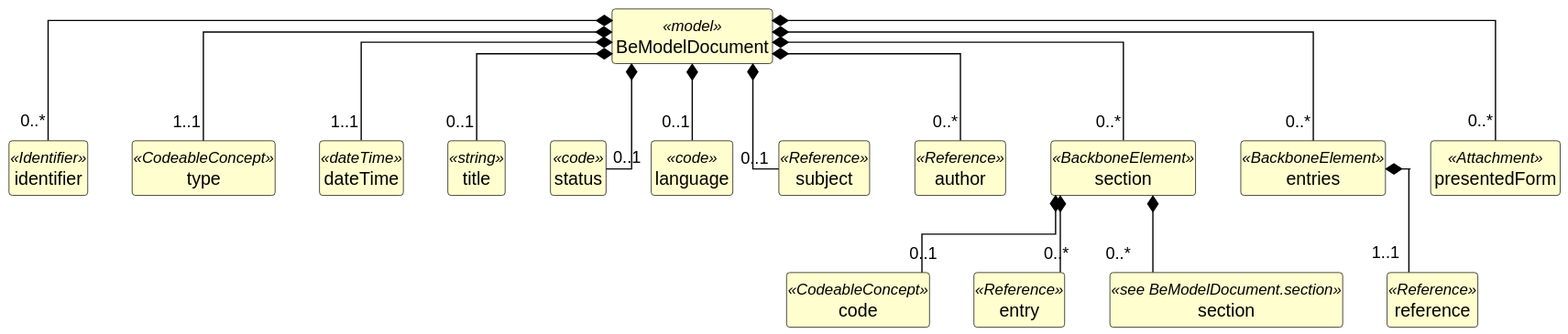
caresets/caresets-src keeps this PlantUML diagram as exports/diagrams/BeModelDocument-uml.svg. Above is the earlier version.
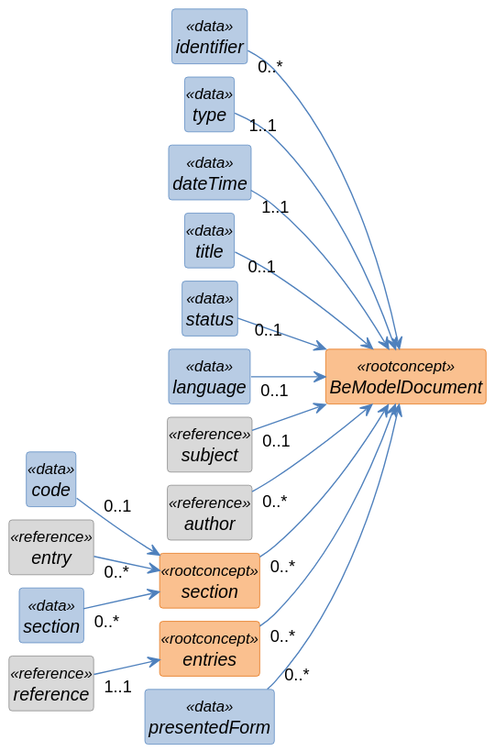
After the change.

What changed in the source:
```diff
@@ -1,78 +1,85 @@
 @startuml
+left to right direction
 skinparam shadowing false
+skinparam nodesep 10
+skinparam ranksep 40
 skinparam classAttributeIconSize 0
-skinparam linetype ortho
 skinparam class {
-  BackgroundColor #FEFECE
-  BorderColor #000000
-  ArrowColor #000000
-  FontStyle bold
-  AttributeFontStyle normal
+  FontStyle italic
+  BackgroundColor<<rootconcept>> #FAC08F
+  BorderColor<<rootconcept>> #E36C0A
+  BackgroundColor<<data>> #B8CCE4
+  BorderColor<<data>> #4F81BD
+  BackgroundColor<<reference>> #D9D9D9
+  BorderColor<<reference>> #808080
+  BackgroundColor<<value set>> #C3D69B
+  BorderColor<<value set>> #77933C
+  ArrowColor #4F81BD
 }
 hide circle
 hide empty members
 
-class "BeModelDocument" as BeModelDocument <<model>> {
+class "BeModelDocument" as BeModelDocument <<rootconcept>> {
 }
 
-class "identifier" as BeModelDocument_identifier <<Identifier>> {
+class "identifier" as BeModelDocument_identifier <<data>> {
 }
 
-class "type" as BeModelDocument_type <<CodeableConcept>> {
+class "type" as BeModelDocument_type <<data>> {
 }
 
-class "dateTime" as BeModelDocument_dateTime <<dateTime>> {
+class "dateTime" as BeModelDocument_dateTime <<data>> {
 }
 
-class "title" as BeModelDocument_title <<string>> {
+class "title" as BeModelDocument_title <<data>> {
 }
 
-class "status" as BeModelDocument_status <<code>> {
+class "status" as BeModelDocument_status <<data>> {
 }
 
-class "language" as BeModelDocument_language <<code>> {
+class "language" as BeModelDocument_language <<data>> {
 }
 
-class "subject" as BeModelDocument_subject <<Reference>> {
+class "subject" as BeModelDocument_subject <<reference>> {
 }
 
-class "author" as BeModelDocument_author <<Reference>> {
+class "author" as BeModelDocument_author <<reference>> {
 }
 
-class "section" as BeModelDocument_section <<BackboneElement>> {
+class "section" as BeModelDocument_section <<rootconcept>> {
 }
 
-class "code" as BeModelDocument_section_code <<CodeableConcept>> {
+class "code" as BeModelDocument_section_code <<data>> {
 }
 
-class "entry" as BeModelDocument_section_entry <<Reference>> {
+class "entry" as BeModelDocument_section_entry <<reference>> {
 }
 
-class "section" as BeModelDocument_section_section <<see BeModelDocument.section>> {
+class "section" as BeModelDocument_section_section <<data>> {
 }
 
-class "entries" as BeModelDocument_entries <<BackboneElement>> {
+class "entries" as BeModelDocument_entries <<rootconcept>> {
 }
 
-class "reference" as BeModelDocument_entries_reference <<Reference>> {
+class "reference" as BeModelDocument_entries_reference <<reference>> {
 }
 
-class "presentedForm" as BeModelDocument_presentedForm <<Attachment>> {
+class "presentedForm" as BeModelDocument_presentedForm <<data>> {
 }
 
-BeModelDocument *-- "0..*" BeModelDocument_identifier
-BeModelDocument *-- "1..1" BeModelDocument_type
-BeModelDocument *-- "1..1" BeModelDocument_dateTime
-BeModelDocument *-- "0..1" BeModelDocument_title
-BeModelDocument *-- "0..1" BeModelDocument_status
-BeModelDocument *-- "0..1" BeModelDocument_language
-BeModelDocument *-- "0..1" BeModelDocument_subject
-BeModelDocument *-- "0..*" BeModelDocument_author
-BeModelDocument *-- "0..*" BeModelDocument_section
-BeModelDocument_section *-- "0..1" BeModelDocument_section_code
-BeModelDocument_section *-- "0..*" BeModelDocument_section_entry
-BeModelDocument_section *-- "0..*" BeModelDocument_section_section
-BeModelDocument *-- "0..*" BeModelDocument_entries
-BeModelDocument_entries *-- "1..1" BeModelDocument_entries_reference
-BeModelDocument *-- "0..*" BeModelDocument_presentedForm
+BeModelDocument_identifier "0..*" --> BeModelDocument
+BeModelDocument_type "1..1" --> BeModelDocument
+BeModelDocument_dateTime "1..1" --> BeModelDocument
+BeModelDocument_title "0..1" --> BeModelDocument
+BeModelDocument_status "0..1" --> BeModelDocument
+BeModelDocument_language "0..1" --> BeModelDocument
+BeModelDocument_subject "0..1" --> BeModelDocument
+BeModelDocument_author "0..*" --> BeModelDocument
+BeModelDocument_section "0..*" --> BeModelDocument
+BeModelDocument_section_code "0..1" --> BeModelDocument_section
+BeModelDocument_section_entry "0..*" --> BeModelDocument_section
+BeModelDocument_section_section "0..*" --> BeModelDocument_section
+BeModelDocument_entries "0..*" --> BeModelDocument
+BeModelDocument_entries_reference "1..1" --> BeModelDocument_entries
+BeModelDocument_presentedForm "0..*" --> BeModelDocument
 @enduml
```
